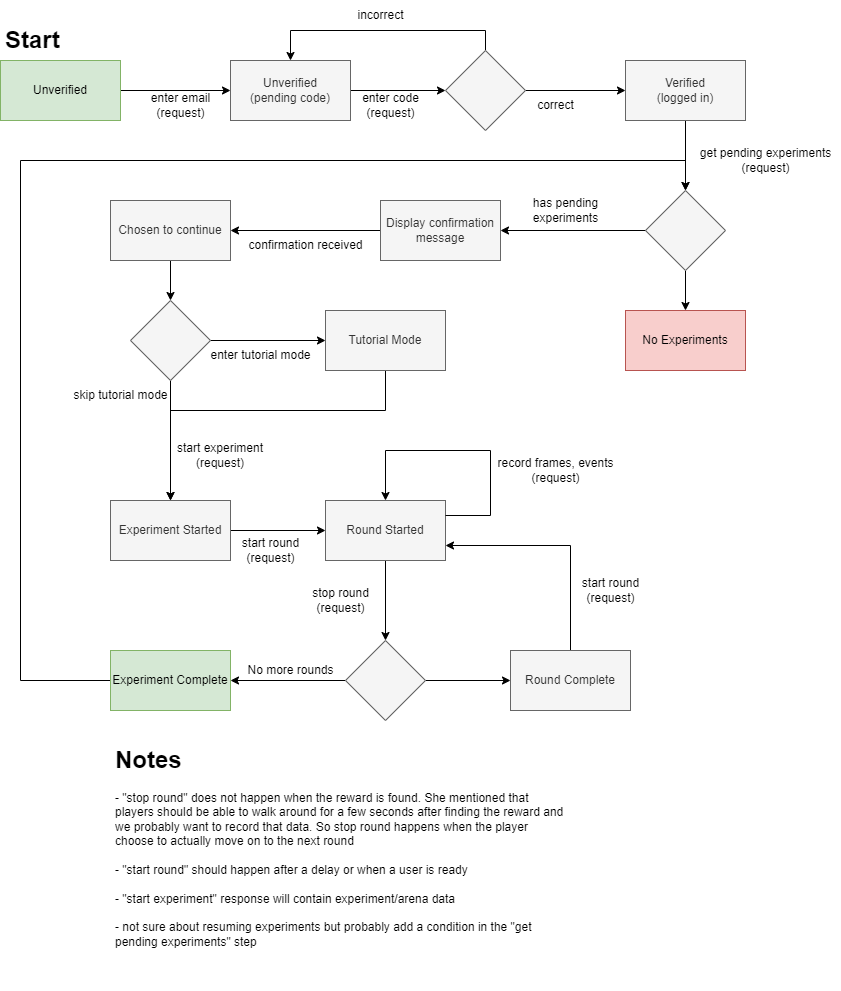
Before: docs/experiment-state-diagram.png, a diagram exported from draw.io (seg491X-team36/virtual-spatial-navigation). Source tidied: cells renumbered, new cells last; positions are measured from the earlier drawing's top-left corner, leaving out a move shared by most shapes.
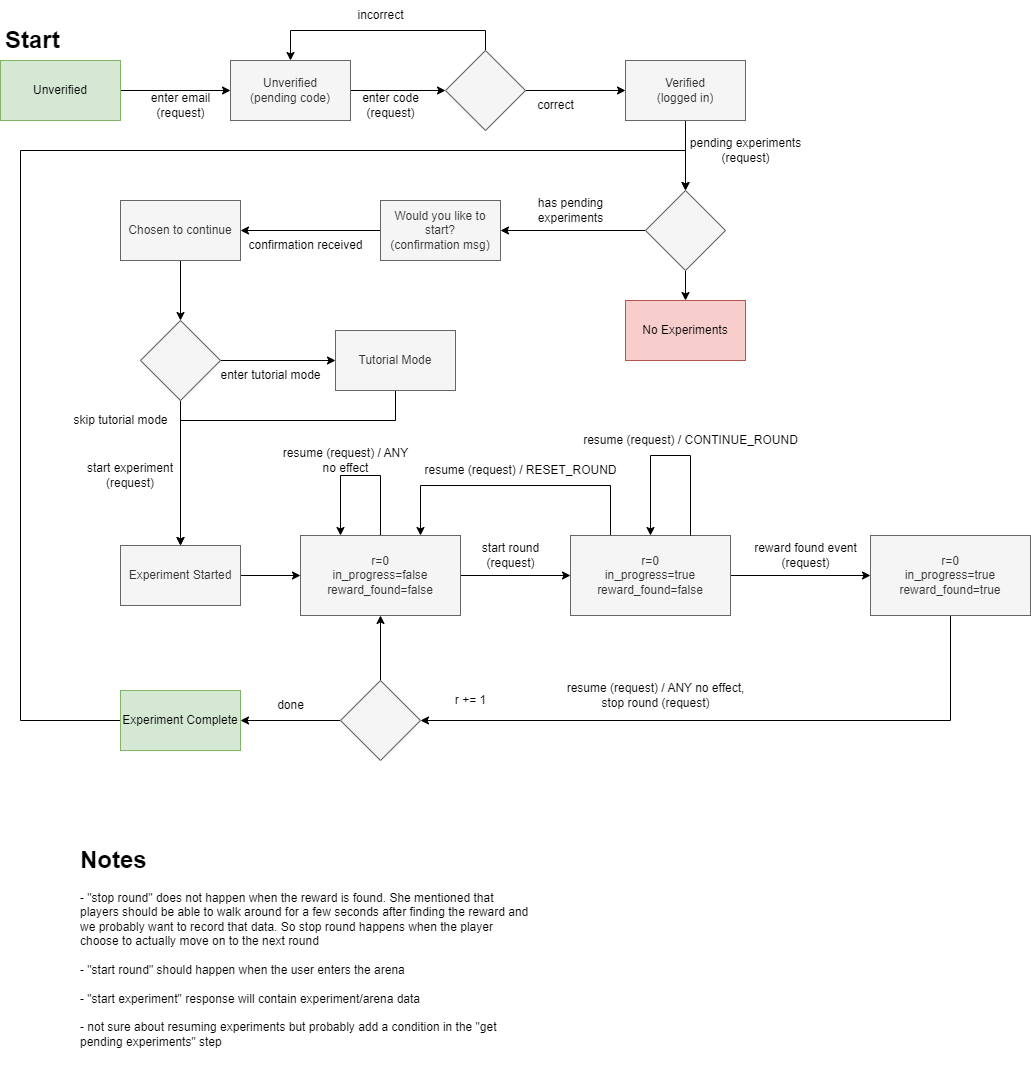
After the change.

Commit message:
update experiment state diagram

The edit, as a diff of the source:
```diff
@@ -41,43 +41,40 @@
     <mxCell id="14" value="correct" style="text;html=1;align=center;verticalAlign=middle;strokeColor=none;fillColor=none;" parent="1" vertex="1">
       <mxGeometry x="525" y="90" width="60" height="30" as="geometry" />
     </mxCell>
-    <mxCell id="15" value="get pending experiments&lt;br&gt;(request)" style="text;html=1;align=center;verticalAlign=middle;strokeColor=none;fillColor=none;" parent="1" vertex="1">
-      <mxGeometry x="690" y="140" width="150" height="40" as="geometry" />
+    <mxCell id="15" value="pending experiments&lt;br&gt;(request)" style="text;html=1;align=center;verticalAlign=middle;strokeColor=none;fillColor=none;" parent="1" vertex="1">
+      <mxGeometry x="680" y="130" width="130" height="40" as="geometry" />
     </mxCell>
+    <mxCell id="17" style="edgeStyle=orthogonalEdgeStyle;rounded=0;jettySize=auto;html=1;exitX=0;exitY=0.5;exitDx=0;exitDy=0;entryX=1;entryY=0.5;entryDx=0;entryDy=0;" parent="1" edge="1" source="18" target="21">
+      <mxGeometry relative="1" as="geometry" />
+    </mxCell>
     <mxCell id="16" style="edgeStyle=orthogonalEdgeStyle;rounded=0;jettySize=auto;html=1;exitX=0.5;exitY=1;exitDx=0;exitDy=0;entryX=0.5;entryY=0;entryDx=0;entryDy=0;" parent="1" edge="1" source="18" target="19">
       <mxGeometry relative="1" as="geometry" />
     </mxCell>
-    <mxCell id="17" style="edgeStyle=orthogonalEdgeStyle;rounded=0;jettySize=auto;html=1;exitX=0;exitY=0.5;exitDx=0;exitDy=0;entryX=1;entryY=0.5;entryDx=0;entryDy=0;" parent="1" edge="1" source="18" target="21">
-      <mxGeometry relative="1" as="geometry" />
-    </mxCell>
     <mxCell id="18" style="rhombus;whiteSpace=wrap;html=1;fillColor=#f5f5f5;fontColor=#333333;strokeColor=#666666;" parent="1" vertex="1">
       <mxGeometry x="645" y="190" width="80" height="80" as="geometry" />
     </mxCell>
-    <mxCell id="19" value="No Experiments" style="rounded=0;whiteSpace=wrap;html=1;fillColor=#f8cecc;strokeColor=#b85450;" parent="1" vertex="1">
-      <mxGeometry x="625" y="310" width="120" height="60" as="geometry" />
-    </mxCell>
     <mxCell id="20" style="edgeStyle=orthogonalEdgeStyle;rounded=0;jettySize=auto;html=1;exitX=0;exitY=0.5;exitDx=0;exitDy=0;entryX=1;entryY=0.5;entryDx=0;entryDy=0;" parent="1" edge="1" source="21" target="23">
       <mxGeometry relative="1" as="geometry" />
     </mxCell>
-    <mxCell id="21" value="Display confirmation message" style="rounded=0;whiteSpace=wrap;html=1;fillColor=#f5f5f5;strokeColor=#666666;fontColor=#333333;" parent="1" vertex="1">
+    <mxCell id="21" value="Would you like to start? &lt;br&gt;(confirmation msg)" style="rounded=0;whiteSpace=wrap;html=1;fillColor=#f5f5f5;strokeColor=#666666;fontColor=#333333;" parent="1" vertex="1">
       <mxGeometry x="380" y="200" width="120" height="60" as="geometry" />
     </mxCell>
     <mxCell id="22" style="edgeStyle=orthogonalEdgeStyle;rounded=0;jettySize=auto;html=1;exitX=0.5;exitY=1;exitDx=0;exitDy=0;entryX=0.5;entryY=0;entryDx=0;entryDy=0;" parent="1" edge="1" source="23" target="28">
       <mxGeometry relative="1" as="geometry" />
     </mxCell>
     <mxCell id="23" value="Chosen to continue" style="rounded=0;whiteSpace=wrap;html=1;fillColor=#f5f5f5;strokeColor=#666666;fontColor=#333333;" parent="1" vertex="1">
-      <mxGeometry x="110" y="200" width="120" height="60" as="geometry" />
+      <mxGeometry x="120" y="200" width="120" height="60" as="geometry" />
     </mxCell>
     <mxCell id="24" style="edgeStyle=orthogonalEdgeStyle;rounded=0;jettySize=auto;html=1;exitX=0.5;exitY=1;exitDx=0;exitDy=0;entryX=0.5;entryY=0;entryDx=0;entryDy=0;" parent="1" edge="1" source="25" target="32">
       <mxGeometry relative="1" as="geometry">
         <Array as="points">
-          <mxPoint x="385" y="410" />
-          <mxPoint x="170" y="410" />
+          <mxPoint x="395" y="420" />
+          <mxPoint x="180" y="420" />
         </Array>
       </mxGeometry>
     </mxCell>
     <mxCell id="25" value="Tutorial Mode" style="rounded=0;whiteSpace=wrap;html=1;fillColor=#f5f5f5;strokeColor=#666666;fontColor=#333333;" parent="1" vertex="1">
-      <mxGeometry x="325" y="310" width="120" height="60" as="geometry" />
+      <mxGeometry x="335" y="330" width="120" height="60" as="geometry" />
     </mxCell>
     <mxCell id="26" style="edgeStyle=orthogonalEdgeStyle;rounded=0;jettySize=auto;html=1;exitX=1;exitY=0.5;exitDx=0;exitDy=0;entryX=0;entryY=0.5;entryDx=0;entryDy=0;" parent="1" edge="1" source="28" target="25">
       <mxGeometry relative="1" as="geometry" />
@@ -86,91 +83,128 @@
       <mxGeometry relative="1" as="geometry" />
     </mxCell>
     <mxCell id="28" style="rhombus;whiteSpace=wrap;html=1;fillColor=#f5f5f5;fontColor=#333333;strokeColor=#666666;" parent="1" vertex="1">
-      <mxGeometry x="130" y="300" width="80" height="80" as="geometry" />
+      <mxGeometry x="140" y="320" width="80" height="80" as="geometry" />
     </mxCell>
     <mxCell id="29" value="enter tutorial mode" style="text;html=1;align=center;verticalAlign=middle;strokeColor=none;fillColor=none;" parent="1" vertex="1">
-      <mxGeometry x="200" y="340" width="120" height="30" as="geometry" />
+      <mxGeometry x="210" y="360" width="120" height="30" as="geometry" />
     </mxCell>
     <mxCell id="30" value="&lt;h1&gt;Start&lt;/h1&gt;" style="text;html=1;strokeColor=none;fillColor=none;spacing=5;spacingTop=-20;whiteSpace=wrap;overflow=hidden;rounded=0;" parent="1" vertex="1">
       <mxGeometry y="20" width="190" height="40" as="geometry" />
     </mxCell>
-    <mxCell id="31" style="edgeStyle=orthogonalEdgeStyle;rounded=0;jettySize=auto;html=1;exitX=1;exitY=0.5;exitDx=0;exitDy=0;entryX=0;entryY=0.5;entryDx=0;entryDy=0;" parent="1" edge="1" source="32" target="35">
-      <mxGeometry relative="1" as="geometry" />
-    </mxCell>
+    <mxCell id="53" style="edgeStyle=orthogonalEdgeStyle;rounded=0;jettySize=auto;html=1;exitX=1;exitY=0.5;exitDx=0;exitDy=0;entryX=0;entryY=0.5;entryDx=0;entryDy=0;" parent="1" edge="1" source="32" target="56">
+      <mxGeometry relative="1" as="geometry" />
+    </mxCell>
     <mxCell id="32" value="Experiment Started" style="rounded=0;whiteSpace=wrap;html=1;fillColor=#f5f5f5;fontColor=#333333;strokeColor=#666666;" parent="1" vertex="1">
-      <mxGeometry x="110" y="500" width="120" height="60" as="geometry" />
+      <mxGeometry x="120" y="545" width="120" height="60" as="geometry" />
     </mxCell>
     <mxCell id="33" value="start experiment (request)" style="text;html=1;strokeColor=none;fillColor=none;align=center;verticalAlign=middle;whiteSpace=wrap;rounded=0;" parent="1" vertex="1">
-      <mxGeometry x="170" y="440" width="100" height="30" as="geometry" />
+      <mxGeometry x="80" y="460" width="100" height="30" as="geometry" />
     </mxCell>
-    <mxCell id="34" style="edgeStyle=orthogonalEdgeStyle;rounded=0;jettySize=auto;html=1;exitX=0.5;exitY=1;exitDx=0;exitDy=0;entryX=0.5;entryY=0;entryDx=0;entryDy=0;" parent="1" edge="1" source="35" target="42">
-      <mxGeometry relative="1" as="geometry" />
-    </mxCell>
-    <mxCell id="35" value="Round Started" style="rounded=0;whiteSpace=wrap;html=1;fillColor=#f5f5f5;fontColor=#333333;strokeColor=#666666;" parent="1" vertex="1">
-      <mxGeometry x="325" y="500" width="120" height="60" as="geometry" />
-    </mxCell>
-    <mxCell id="36" style="edgeStyle=orthogonalEdgeStyle;rounded=0;orthogonalLoop=1;jettySize=auto;html=1;exitX=1;exitY=0.25;exitDx=0;exitDy=0;entryX=0.5;entryY=0;entryDx=0;entryDy=0;" parent="1" edge="1" source="35" target="35">
-      <mxGeometry relative="1" as="geometry">
-        <Array as="points">
-          <mxPoint x="490" y="515" />
-          <mxPoint x="490" y="450" />
-          <mxPoint x="385" y="450" />
-        </Array>
-      </mxGeometry>
-    </mxCell>
-    <mxCell id="37" value="record frames, events&lt;br&gt;(request)" style="text;html=1;align=center;verticalAlign=middle;strokeColor=none;fillColor=none;" parent="1" vertex="1">
-      <mxGeometry x="485" y="450" width="140" height="40" as="geometry" />
-    </mxCell>
     <mxCell id="38" style="edgeStyle=orthogonalEdgeStyle;rounded=0;jettySize=auto;html=1;exitX=0;exitY=0.5;exitDx=0;exitDy=0;entryX=0.5;entryY=0;entryDx=0;entryDy=0;" parent="1" edge="1" source="39" target="18">
       <mxGeometry relative="1" as="geometry">
         <Array as="points">
-          <mxPoint x="20" y="680" />
-          <mxPoint x="20" y="160" />
-          <mxPoint x="685" y="160" />
+          <mxPoint x="20" y="720" />
+          <mxPoint x="20" y="150" />
+          <mxPoint x="685" y="150" />
         </Array>
       </mxGeometry>
     </mxCell>
     <mxCell id="39" value="Experiment Complete" style="rounded=0;whiteSpace=wrap;html=1;fillColor=#d5e8d4;strokeColor=#82b366;" parent="1" vertex="1">
-      <mxGeometry x="110" y="650" width="120" height="60" as="geometry" />
+      <mxGeometry x="120" y="690" width="120" height="60" as="geometry" />
     </mxCell>
-    <mxCell id="40" style="edgeStyle=orthogonalEdgeStyle;rounded=0;jettySize=auto;html=1;exitX=0;exitY=0.5;exitDx=0;exitDy=0;entryX=1;entryY=0.5;entryDx=0;entryDy=0;" parent="1" edge="1" source="42" target="39">
-      <mxGeometry relative="1" as="geometry" />
-    </mxCell>
-    <mxCell id="41" style="edgeStyle=orthogonalEdgeStyle;rounded=0;jettySize=auto;html=1;exitX=1;exitY=0.5;exitDx=0;exitDy=0;entryX=0;entryY=0.5;entryDx=0;entryDy=0;" parent="1" edge="1" source="42" target="46">
-      <mxGeometry relative="1" as="geometry" />
-    </mxCell>
-    <mxCell id="42" style="rhombus;whiteSpace=wrap;html=1;fillColor=#f5f5f5;fontColor=#333333;strokeColor=#666666;" parent="1" vertex="1">
-      <mxGeometry x="345" y="640" width="80" height="80" as="geometry" />
-    </mxCell>
-    <mxCell id="43" value="stop round &lt;br&gt;(request)" style="text;html=1;align=center;verticalAlign=middle;strokeColor=none;fillColor=none;" parent="1" vertex="1">
-      <mxGeometry x="300" y="580" width="80" height="40" as="geometry" />
-    </mxCell>
-    <mxCell id="44" value="No more rounds" style="text;html=1;align=center;verticalAlign=middle;strokeColor=none;fillColor=none;" parent="1" vertex="1">
-      <mxGeometry x="235" y="655" width="110" height="30" as="geometry" />
-    </mxCell>
-    <mxCell id="45" style="edgeStyle=orthogonalEdgeStyle;rounded=0;jettySize=auto;html=1;exitX=0.5;exitY=0;exitDx=0;exitDy=0;entryX=1;entryY=0.75;entryDx=0;entryDy=0;" parent="1" edge="1" source="46" target="35">
-      <mxGeometry relative="1" as="geometry" />
-    </mxCell>
-    <mxCell id="46" value="Round Complete" style="rounded=0;whiteSpace=wrap;html=1;fillColor=#f5f5f5;fontColor=#333333;strokeColor=#666666;" parent="1" vertex="1">
-      <mxGeometry x="510" y="650" width="120" height="60" as="geometry" />
-    </mxCell>
-    <mxCell id="47" value="start round&lt;br&gt;(request)&lt;br&gt;" style="text;html=1;align=center;verticalAlign=middle;strokeColor=none;fillColor=none;" parent="1" vertex="1">
-      <mxGeometry x="570" y="570" width="80" height="40" as="geometry" />
-    </mxCell>
-    <mxCell id="48" value="start round&lt;br&gt;(request)" style="text;html=1;align=center;verticalAlign=middle;strokeColor=none;fillColor=none;" parent="1" vertex="1">
-      <mxGeometry x="230" y="530" width="80" height="40" as="geometry" />
-    </mxCell>
     <mxCell id="49" value="skip tutorial mode" style="text;html=1;align=center;verticalAlign=middle;strokeColor=none;fillColor=none;" parent="1" vertex="1">
-      <mxGeometry x="60" y="380" width="120" height="30" as="geometry" />
+      <mxGeometry x="60" y="405" width="120" height="30" as="geometry" />
     </mxCell>
     <mxCell id="50" value="has pending &lt;br&gt;experiments" style="text;html=1;align=center;verticalAlign=middle;strokeColor=none;fillColor=none;" parent="1" vertex="1">
-      <mxGeometry x="520" y="190" width="90" height="40" as="geometry" />
+      <mxGeometry x="525" y="190" width="90" height="40" as="geometry" />
     </mxCell>
-    <mxCell id="51" value="&lt;h1&gt;Notes&lt;/h1&gt;&lt;div&gt;- &quot;stop round&quot; does not happen when the reward is found. She mentioned that players should be able to walk around for a few seconds after finding the reward and we probably want to record that data. So stop round happens when the player choose to actually move on to the next round&lt;/div&gt;&lt;div&gt;&lt;br&gt;&lt;/div&gt;&lt;div&gt;- &quot;start round&quot; should happen after a delay or when a user is ready&lt;/div&gt;&lt;div&gt;&lt;br&gt;&lt;/div&gt;&lt;div&gt;- &quot;start experiment&quot; response will contain experiment/arena data&lt;/div&gt;&lt;div&gt;&lt;br&gt;&lt;/div&gt;&lt;div&gt;- not sure about resuming experiments but probably add a condition in the &quot;get pending experiments&quot; step&lt;/div&gt;" style="text;html=1;strokeColor=none;fillColor=none;spacing=5;spacingTop=-20;whiteSpace=wrap;overflow=hidden;rounded=0;" parent="1" vertex="1">
-      <mxGeometry x="110" y="740" width="460" height="250" as="geometry" />
+    <mxCell id="51" value="&lt;h1&gt;Notes&lt;/h1&gt;&lt;div&gt;- &quot;stop round&quot; does not happen when the reward is found. She mentioned that players should be able to walk around for a few seconds after finding the reward and we probably want to record that data. So stop round happens when the player choose to actually move on to the next round&lt;/div&gt;&lt;div&gt;&lt;br&gt;&lt;/div&gt;&lt;div&gt;- &quot;start round&quot; should happen when the user enters the arena&lt;/div&gt;&lt;div&gt;&lt;br&gt;&lt;/div&gt;&lt;div&gt;- &quot;start experiment&quot; response will contain experiment/arena data&lt;/div&gt;&lt;div&gt;&lt;br&gt;&lt;/div&gt;&lt;div&gt;- not sure about resuming experiments but probably add a condition in the &quot;get pending experiments&quot; step&lt;/div&gt;" style="text;html=1;strokeColor=none;fillColor=none;spacing=5;spacingTop=-20;whiteSpace=wrap;overflow=hidden;rounded=0;" parent="1" vertex="1">
+      <mxGeometry x="75" y="840" width="460" height="250" as="geometry" />
     </mxCell>
     <mxCell id="52" value="confirmation received" style="text;html=1;align=center;verticalAlign=middle;strokeColor=none;fillColor=none;" parent="1" vertex="1">
       <mxGeometry x="235" y="230" width="140" height="30" as="geometry" />
     </mxCell>
+    <mxCell id="19" value="No Experiments" style="rounded=0;whiteSpace=wrap;html=1;fillColor=#f8cecc;strokeColor=#b85450;" parent="1" vertex="1">
+      <mxGeometry x="625" y="300" width="120" height="60" as="geometry" />
+    </mxCell>
+    <mxCell id="54" style="edgeStyle=orthogonalEdgeStyle;rounded=0;orthogonalLoop=1;jettySize=auto;html=1;exitX=0.5;exitY=0;exitDx=0;exitDy=0;entryX=0.25;entryY=0;entryDx=0;entryDy=0;" parent="1" edge="1" source="56" target="56">
+      <mxGeometry relative="1" as="geometry">
+        <Array as="points">
+          <mxPoint x="380" y="475" />
+          <mxPoint x="340" y="475" />
+        </Array>
+      </mxGeometry>
+    </mxCell>
+    <mxCell id="55" style="edgeStyle=orthogonalEdgeStyle;rounded=0;jettySize=auto;html=1;exitX=1;exitY=0.5;exitDx=0;exitDy=0;entryX=0;entryY=0.5;entryDx=0;entryDy=0;" parent="1" edge="1" source="56" target="59">
+      <mxGeometry relative="1" as="geometry" />
+    </mxCell>
+    <mxCell id="56" value="r=0&lt;br&gt;in_progress=false&lt;br&gt;reward_found=false" style="rounded=0;whiteSpace=wrap;html=1;fillColor=#f5f5f5;strokeColor=#666666;fontColor=#333333;" parent="1" vertex="1">
+      <mxGeometry x="300" y="535" width="160" height="80" as="geometry" />
+    </mxCell>
+    <mxCell id="57" style="edgeStyle=orthogonalEdgeStyle;rounded=0;jettySize=auto;html=1;exitX=0.25;exitY=0;exitDx=0;exitDy=0;entryX=0.75;entryY=0;entryDx=0;entryDy=0;" parent="1" edge="1" source="59" target="56">
+      <mxGeometry relative="1" as="geometry">
+        <Array as="points">
+          <mxPoint x="610" y="485" />
+          <mxPoint x="420" y="485" />
+        </Array>
+      </mxGeometry>
+    </mxCell>
+    <mxCell id="58" style="edgeStyle=orthogonalEdgeStyle;rounded=0;jettySize=auto;html=1;exitX=1;exitY=0.5;exitDx=0;exitDy=0;" parent="1" edge="1" source="59" target="61">
+      <mxGeometry relative="1" as="geometry" />
+    </mxCell>
+    <mxCell id="59" value="r=0&lt;br&gt;in_progress=true&lt;br&gt;reward_found=false" style="rounded=0;whiteSpace=wrap;html=1;fillColor=#f5f5f5;strokeColor=#666666;fontColor=#333333;" parent="1" vertex="1">
+      <mxGeometry x="570" y="535" width="160" height="80" as="geometry" />
+    </mxCell>
+    <mxCell id="60" style="edgeStyle=orthogonalEdgeStyle;rounded=0;jettySize=auto;html=1;exitX=0.5;exitY=1;exitDx=0;exitDy=0;entryX=1;entryY=0.5;entryDx=0;entryDy=0;" parent="1" edge="1" source="61" target="72">
+      <mxGeometry relative="1" as="geometry">
+        <Array as="points">
+          <mxPoint x="950" y="720" />
+        </Array>
+      </mxGeometry>
+    </mxCell>
+    <mxCell id="61" value="r=0&lt;br&gt;in_progress=true&lt;br&gt;reward_found=true" style="rounded=0;whiteSpace=wrap;html=1;fillColor=#f5f5f5;strokeColor=#666666;fontColor=#333333;" parent="1" vertex="1">
+      <mxGeometry x="870" y="535" width="160" height="80" as="geometry" />
+    </mxCell>
+    <mxCell id="62" value="start round &lt;br&gt;(request)" style="text;html=1;align=center;verticalAlign=middle;strokeColor=none;fillColor=none;" parent="1" vertex="1">
+      <mxGeometry x="470" y="535" width="80" height="40" as="geometry" />
+    </mxCell>
+    <mxCell id="63" value="reward found event&lt;br&gt;(request)" style="text;html=1;align=center;verticalAlign=middle;strokeColor=none;fillColor=none;" parent="1" vertex="1">
+      <mxGeometry x="740" y="535" width="130" height="40" as="geometry" />
+    </mxCell>
+    <mxCell id="64" style="edgeStyle=orthogonalEdgeStyle;rounded=0;orthogonalLoop=1;jettySize=auto;html=1;exitX=0.75;exitY=0;exitDx=0;exitDy=0;entryX=0.5;entryY=0;entryDx=0;entryDy=0;" parent="1" edge="1" source="59" target="59">
+      <mxGeometry relative="1" as="geometry">
+        <Array as="points">
+          <mxPoint x="690" y="455" />
+          <mxPoint x="650" y="455" />
+        </Array>
+      </mxGeometry>
+    </mxCell>
+    <mxCell id="65" value="resume (request) / CONTINUE_ROUND" style="text;html=1;align=center;verticalAlign=middle;strokeColor=none;fillColor=none;" parent="1" vertex="1">
+      <mxGeometry x="570" y="425" width="240" height="30" as="geometry" />
+    </mxCell>
+    <mxCell id="66" value="resume (request) / RESET_ROUND" style="text;html=1;align=center;verticalAlign=middle;strokeColor=none;fillColor=none;" parent="1" vertex="1">
+      <mxGeometry x="410" y="455" width="220" height="30" as="geometry" />
+    </mxCell>
+    <mxCell id="67" value="resume (request) / ANY no effect, &lt;br&gt;stop round (request)" style="text;html=1;align=center;verticalAlign=middle;strokeColor=none;fillColor=none;" parent="1" vertex="1">
+      <mxGeometry x="555" y="675" width="200" height="40" as="geometry" />
+    </mxCell>
+    <mxCell id="68" value="resume (request) / ANY&lt;br&gt;no effect" style="text;html=1;align=center;verticalAlign=middle;strokeColor=none;fillColor=none;" parent="1" vertex="1">
+      <mxGeometry x="270" y="440" width="150" height="40" as="geometry" />
+    </mxCell>
+    <mxCell id="69" value="r += 1" style="text;html=1;align=center;verticalAlign=middle;strokeColor=none;fillColor=none;" parent="1" vertex="1">
+      <mxGeometry x="445" y="685" width="50" height="30" as="geometry" />
+    </mxCell>
+    <mxCell id="70" style="edgeStyle=orthogonalEdgeStyle;rounded=0;jettySize=auto;html=1;exitX=0.5;exitY=0;exitDx=0;exitDy=0;entryX=0.5;entryY=1;entryDx=0;entryDy=0;" parent="1" edge="1" source="72" target="56">
+      <mxGeometry relative="1" as="geometry" />
+    </mxCell>
+    <mxCell id="71" style="edgeStyle=orthogonalEdgeStyle;rounded=0;jettySize=auto;html=1;exitX=0;exitY=0.5;exitDx=0;exitDy=0;entryX=1;entryY=0.5;entryDx=0;entryDy=0;" parent="1" edge="1" source="72" target="39">
+      <mxGeometry relative="1" as="geometry" />
+    </mxCell>
+    <mxCell id="72" style="rhombus;whiteSpace=wrap;html=1;fillColor=#f5f5f5;fontColor=#333333;strokeColor=#666666;" parent="1" vertex="1">
+      <mxGeometry x="340" y="680" width="80" height="80" as="geometry" />
+    </mxCell>
+    <mxCell id="73" value="done" style="text;html=1;align=center;verticalAlign=middle;strokeColor=none;fillColor=none;" parent="1" vertex="1">
+      <mxGeometry x="265" y="690" width="50" height="30" as="geometry" />
+    </mxCell>
   </root>
 </mxGraphModel>
```
